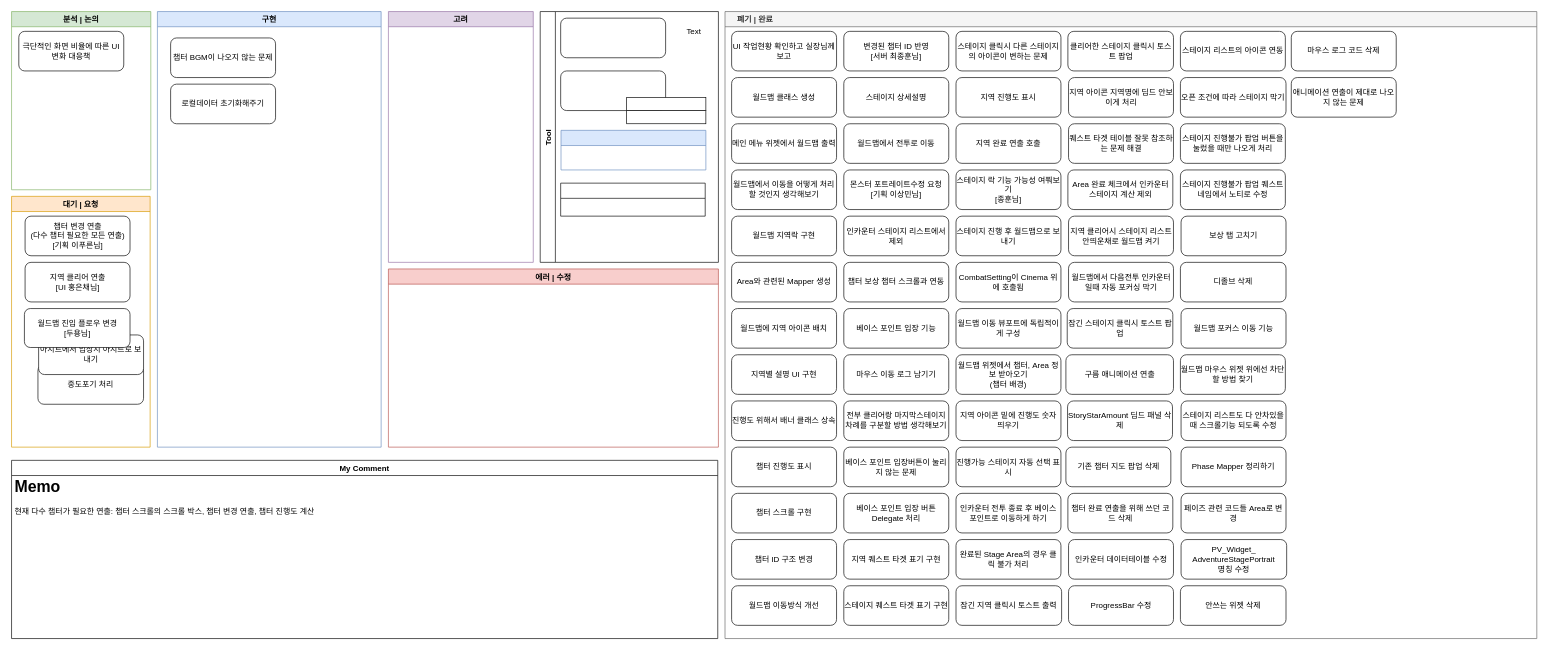
This is 월드맵 시스템 진행상황.drawio from Endorr/Job-Board, a draw.io file, before an edit. Source tidied: cells renumbered, new cells numbered last; positions are measured from the earlier drawing's top-left corner, leaving out a move shared by most shapes. Both pictures are drawn from the tidied source at 66%, with x=0, y=0 at pixel (11, 11).
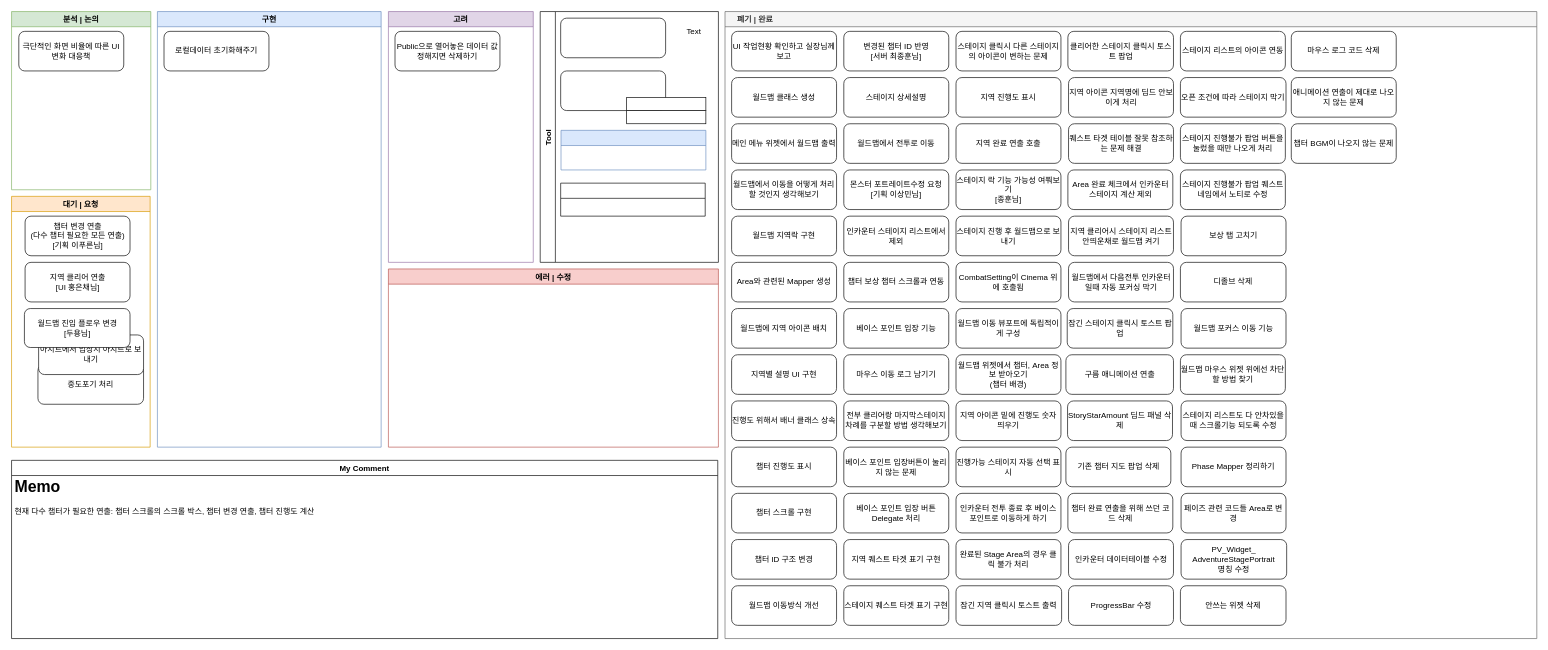
After the change.

Commit message:
Update 월드맵 시스템 진행상황.drawio

Unchanged cells that the change refers to:
```xml
<mxCell id="2" value="구현" style="swimlane;fillColor=#dae8fc;strokeColor=#6c8ebf;" parent="1" vertex="1">
  <mxGeometry x="221" width="339" height="660" as="geometry" />
</mxCell>
<mxCell id="14" value="     폐기 | 완료" style="swimlane;strokeColor=#666666;fillColor=#f5f5f5;fontColor=#333333;align=left;" parent="1" vertex="1">
  <mxGeometry x="1081" width="1230" height="950" as="geometry" />
</mxCell>
<mxCell id="93" value="고려" style="swimlane;fillColor=#e1d5e7;strokeColor=#9673a6;startSize=23;" parent="1" vertex="1">
  <mxGeometry x="571" width="219.5" height="380" as="geometry" />
</mxCell>
```

Change to the diagram source:
```diff
@@
-    <mxCell id="3" value="챕터 BGM이 나오지 않는 문제" style="rounded=1;whiteSpace=wrap;html=1;" parent="2" vertex="1">
-      <mxGeometry x="20" y="40" width="159" height="60" as="geometry" />
-    </mxCell>
     <mxCell id="4" value="로컬데이터 초기화해주기" style="rounded=1;whiteSpace=wrap;html=1;" parent="2" vertex="1">
-      <mxGeometry x="20" y="110" width="159" height="60" as="geometry" />
+      <mxGeometry x="10" y="30" width="159" height="60" as="geometry" />
     </mxCell>
@@
+    <mxCell id="3" value="챕터 BGM이 나오지 않는 문제" style="rounded=1;whiteSpace=wrap;html=1;" parent="14" vertex="1">
+      <mxGeometry x="858" y="170" width="159" height="60" as="geometry" />
+    </mxCell>
@@
+    <mxCell id="94" value="Public으로 열어놓은 데이터 값 정해지면 삭제하기" style="rounded=1;whiteSpace=wrap;html=1;" parent="93" vertex="1">
+      <mxGeometry x="10" y="30" width="159" height="60" as="geometry" />
+    </mxCell>
```
